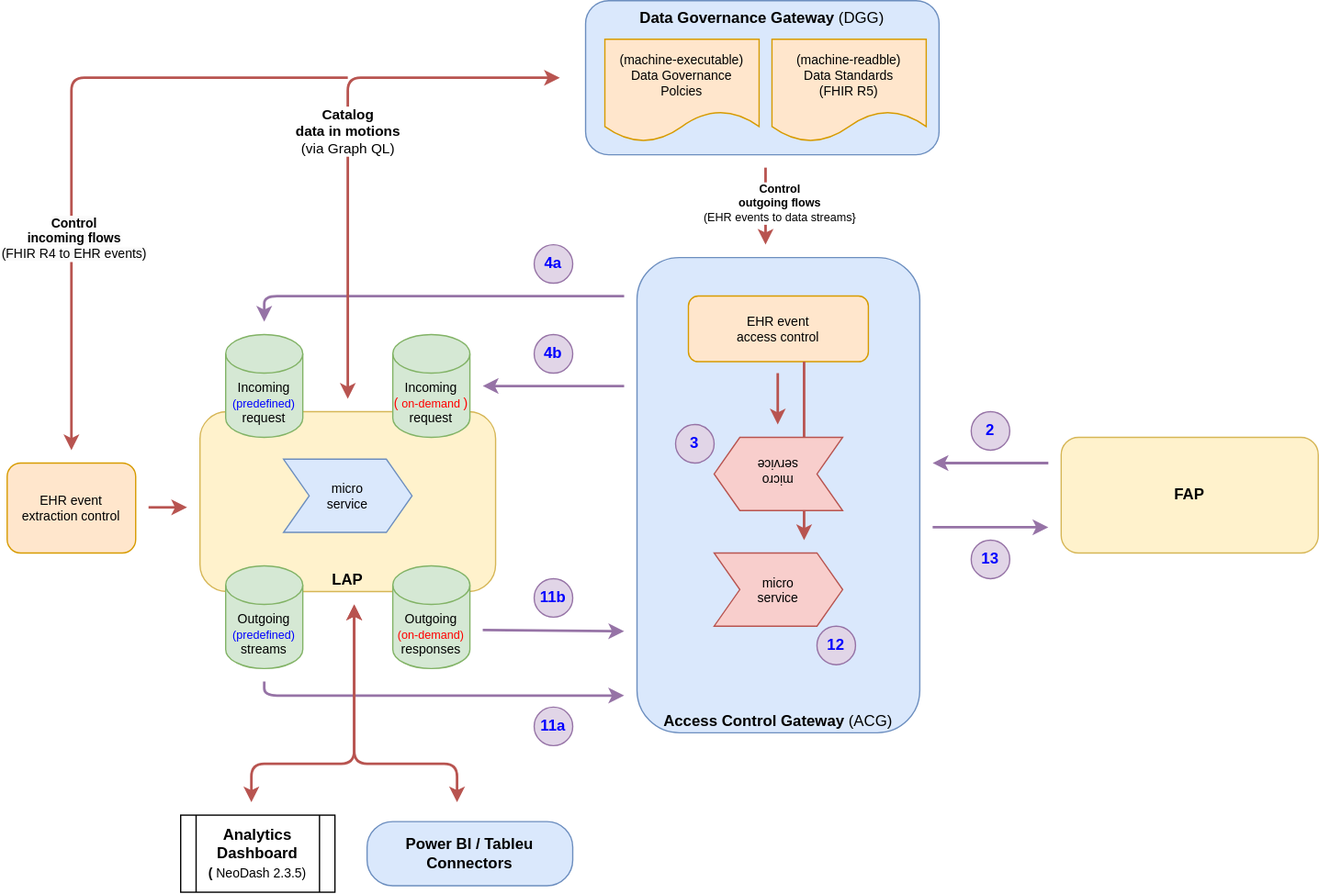
Above: paradire/img/access_control_gateway.drawio.svg in PHACDataHub/data-mesh-ref-impl (draw.io), before the change. Source tidied: cells renumbered, new cells last; positions are measured from the earlier drawing's top-left corner, leaving out a move shared by most shapes.
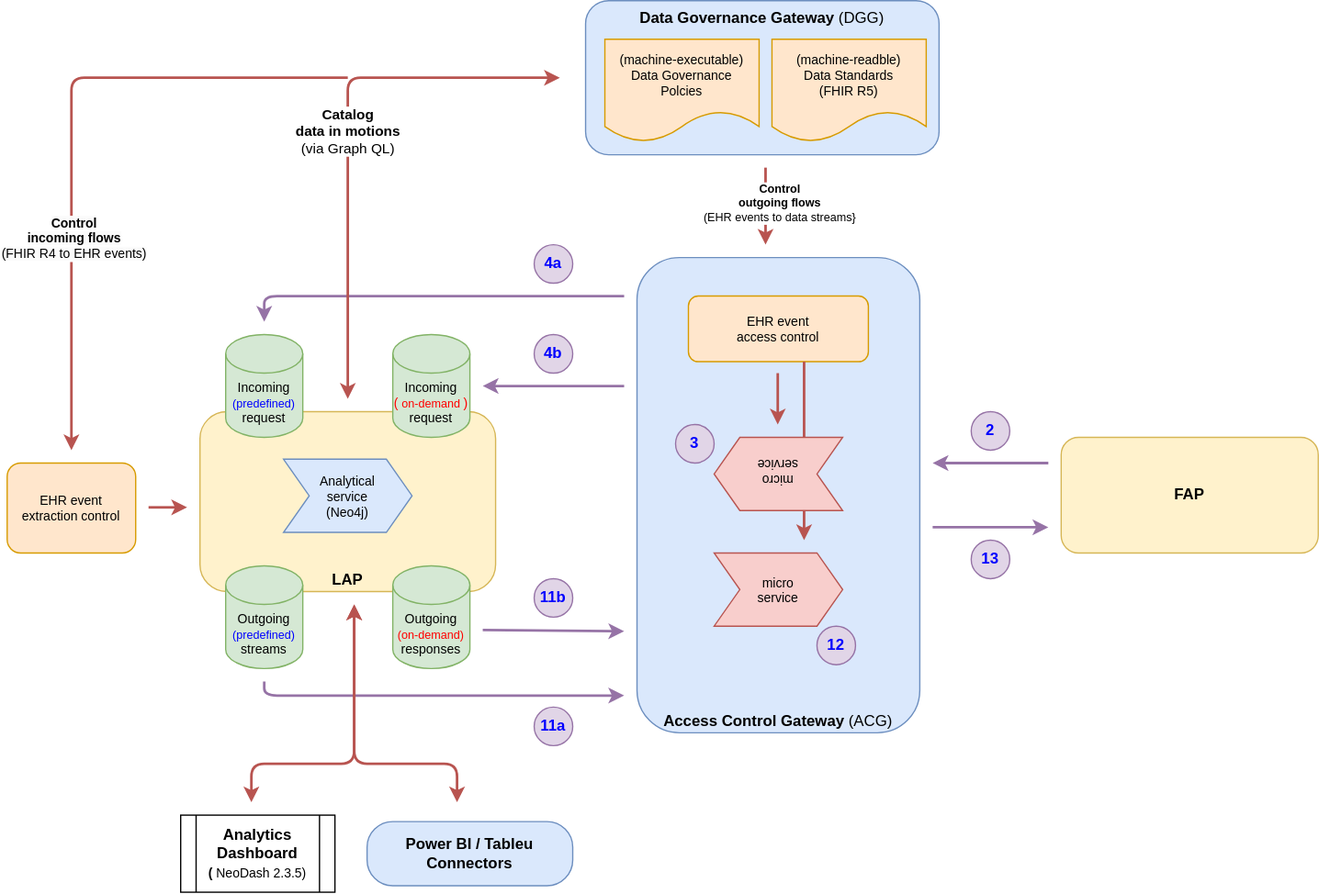
Above is the later version.

The edit, as a diff of the source:
```diff
@@ -102,7 +102,7 @@
     <mxCell id="25" value="Incoming &lt;br&gt;&lt;font color=&quot;#0000ff&quot; style=&quot;font-size: 9px;&quot;&gt;(predefined)&lt;/font&gt;&lt;br&gt;request" style="shape=cylinder3;whiteSpace=wrap;html=1;boundedLbl=1;backgroundOutline=1;size=15;fontFamily=Helvetica;fontSize=10;fillColor=#d5e8d4;strokeColor=#82b366;" parent="1" vertex="1">
       <mxGeometry x="170" y="260" width="60" height="80" as="geometry" />
     </mxCell>
-    <mxCell id="26" value="micro&lt;br style=&quot;border-color: var(--border-color);&quot;&gt;service" style="shape=step;perimeter=stepPerimeter;fixedSize=1;whiteSpace=wrap;html=1;fontFamily=Helvetica;fontSize=10;fillColor=#dae8fc;strokeColor=#6c8ebf;" parent="1" vertex="1">
+    <mxCell id="26" value="Analytical&lt;br&gt;service&lt;br&gt;(Neo4j)" style="shape=step;perimeter=stepPerimeter;fixedSize=1;whiteSpace=wrap;html=1;fontFamily=Helvetica;fontSize=10;fillColor=#dae8fc;strokeColor=#6c8ebf;" parent="1" vertex="1">
       <mxGeometry x="215" y="357" width="100" height="57" as="geometry" />
     </mxCell>
     <mxCell id="27" style="group;" parent="1" vertex="1">
```
